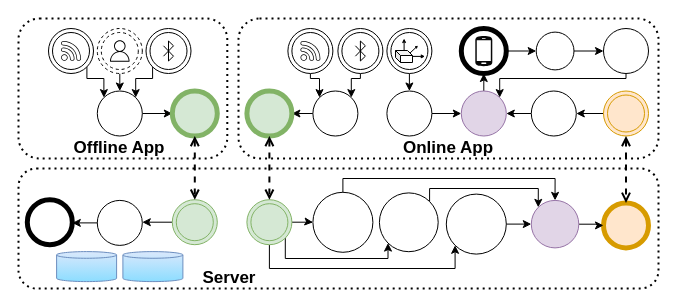
This is page "model-slides" (8 of 21) of slides/ipin2021/images/ipin2021_slides.drawio from OpenHPS/openhps.org, a draw.io file, before an edit. Source tidied: cells renumbered, new cells numbered last; positions are measured from the earlier drawing's top-left corner, leaving out a move shared by most shapes. Both pictures are drawn from the tidied source at 100%, with x=0, y=0 at pixel (18, 18).
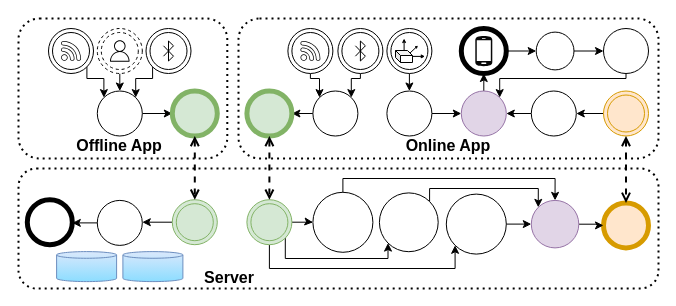
The same diagram, later.

Diff of the diagram source:
```diff
@@
-    <mxCell id="53" value="Server" style="text;html=1;strokeColor=none;fillColor=none;align=center;verticalAlign=middle;whiteSpace=wrap;rounded=0;dashed=1;dashPattern=1 2;fontStyle=1;fontSize=17;" parent="1" vertex="1">
-      <mxGeometry x="191.4" y="250" width="40" height="20" as="geometry" />
+    <mxCell id="53" value="Server" style="text;html=1;strokeColor=none;fillColor=none;align=center;verticalAlign=middle;whiteSpace=wrap;rounded=0;dashed=1;dashPattern=1 2;fontStyle=1;fontSize=16;" parent="1" vertex="1">
+      <mxGeometry x="191.4" y="249" width="40" height="20" as="geometry" />
     </mxCell>
-    <mxCell id="54" value="Offline App" style="text;html=1;strokeColor=none;fillColor=none;align=center;verticalAlign=middle;whiteSpace=wrap;rounded=0;dashed=1;dashPattern=1 2;fontStyle=1;fontSize=17;" parent="1" vertex="1">
-      <mxGeometry x="50.3" y="120" width="101.9" height="20" as="geometry" />
+    <mxCell id="54" value="Offline App" style="text;html=1;strokeColor=none;fillColor=none;align=center;verticalAlign=middle;whiteSpace=wrap;rounded=0;dashed=1;dashPattern=1 2;fontStyle=1;fontSize=16;" parent="1" vertex="1">
+      <mxGeometry x="50.3" y="117" width="101.9" height="20" as="geometry" />
     </mxCell>
-    <mxCell id="55" value="Online App" style="text;html=1;strokeColor=none;fillColor=none;align=center;verticalAlign=middle;whiteSpace=wrap;rounded=0;dashed=1;dashPattern=1 2;fontStyle=1;fontSize=17;" parent="1" vertex="1">
-      <mxGeometry x="379.1" y="120" width="101.9" height="20" as="geometry" />
+    <mxCell id="55" value="Online App" style="text;html=1;strokeColor=none;fillColor=none;align=center;verticalAlign=middle;whiteSpace=wrap;rounded=0;dashed=1;dashPattern=1 2;fontStyle=1;fontSize=16;" parent="1" vertex="1">
+      <mxGeometry x="379.1" y="117" width="101.9" height="20" as="geometry" />
     </mxCell>
```
